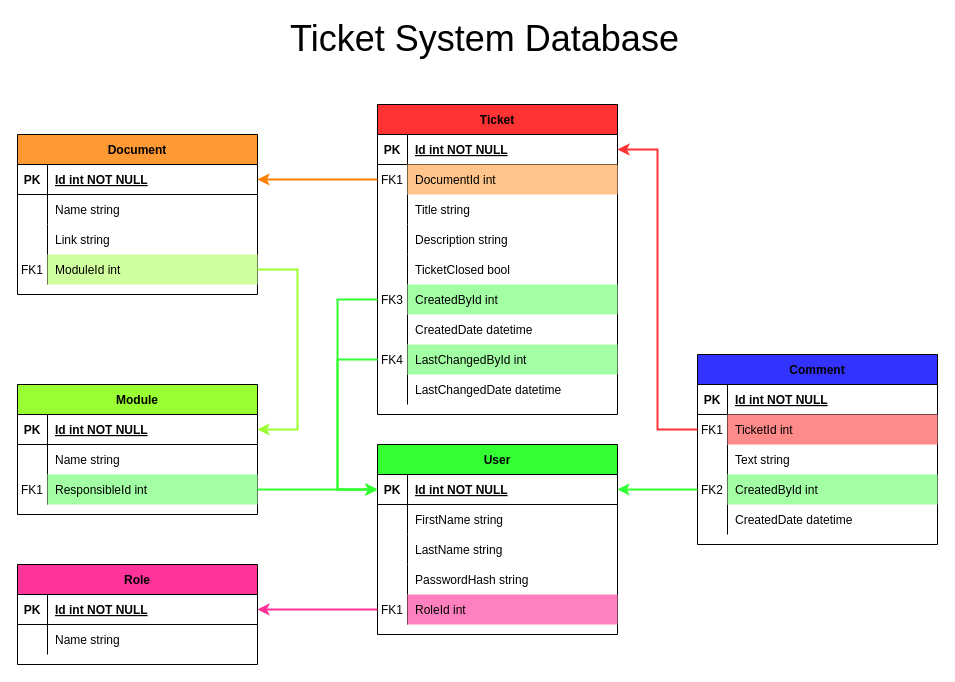
Above: Schema/TicketSystemDb.drawio in Black-Seraphim/ticketsystem_backend (draw.io), before the change. Source tidied: cells renumbered, new cells numbered last; positions are measured from the earlier drawing's top-left corner, leaving out a move shared by most shapes. Both pictures are drawn from the tidied source at 100%, with x=0, y=0 at pixel (17, 23).
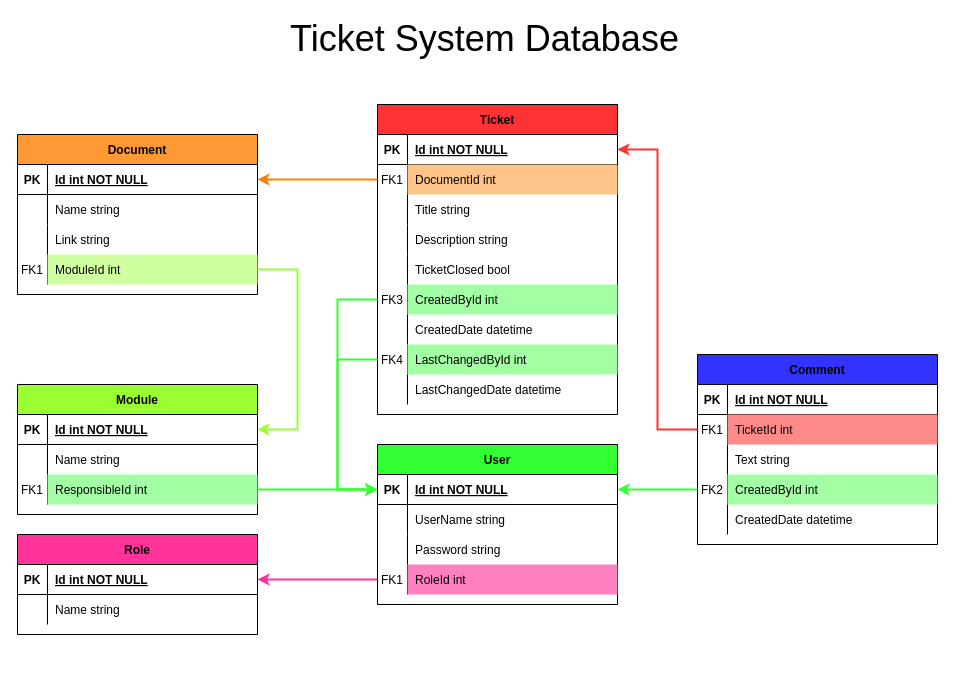
The same page after the edit.

Unchanged cells that the change refers to:
```xml
<mxCell id="51" style="shape=partialRectangle;fillColor=none;top=0;left=0;right=0;bottom=0;" parent="47" vertex="1">
  <mxGeometry y="60" width="240" height="30" as="geometry" />
</mxCell>
```

Change to the diagram source:
```diff
@@
     <mxCell id="40" value="Role" style="shape=table;startSize=30;childLayout=tableLayout;rowLines=0;fontStyle=1;align=center;fillColor=#FF3399;" parent="1" vertex="1">
-      <mxGeometry y="541" width="240" height="100" as="geometry" />
+      <mxGeometry y="511" width="240" height="100" as="geometry" />
     </mxCell>
@@
     <mxCell id="47" value="User" style="shape=table;startSize=30;childLayout=tableLayout;rowLines=0;fontStyle=1;align=center;fillColor=#33FF33;" parent="1" vertex="1">
-      <mxGeometry x="360" y="421" width="240" height="190" as="geometry" />
+      <mxGeometry x="360" y="421" width="240" height="160" as="geometry" />
     </mxCell>
@@
-    <mxCell id="53" value="FirstName string" style="shape=partialRectangle;overflow=hidden;fillColor=none;top=0;left=0;bottom=0;right=0;align=left;spacingLeft=6;" parent="51" vertex="1">
+    <mxCell id="53" value="UserName string" style="shape=partialRectangle;overflow=hidden;fillColor=none;top=0;left=0;bottom=0;right=0;align=left;spacingLeft=6;" parent="51" vertex="1">
       <mxGeometry x="30" width="210" height="30" as="geometry" />
     </mxCell>
-    <mxCell id="54" style="shape=partialRectangle;fillColor=none;top=0;left=0;right=0;bottom=0;" parent="47" vertex="1">
-      <mxGeometry y="90" width="240" height="30" as="geometry" />
-    </mxCell>
-    <mxCell id="55" style="shape=partialRectangle;overflow=hidden;fillColor=none;top=0;left=0;bottom=0;right=0;" parent="54" vertex="1">
-      <mxGeometry width="30" height="30" as="geometry" />
-    </mxCell>
-    <mxCell id="56" value="LastName string" style="shape=partialRectangle;overflow=hidden;fillColor=none;top=0;left=0;bottom=0;right=0;align=left;spacingLeft=6;" parent="54" vertex="1">
-      <mxGeometry x="30" width="210" height="30" as="geometry" />
-    </mxCell>
     <mxCell id="57" style="shape=partialRectangle;fillColor=none;top=0;left=0;right=0;bottom=0;" parent="47" vertex="1">
-      <mxGeometry y="120" width="240" height="30" as="geometry" />
+      <mxGeometry y="90" width="240" height="30" as="geometry" />
     </mxCell>
@@
-    <mxCell id="59" value="PasswordHash string" style="shape=partialRectangle;overflow=hidden;fillColor=none;top=0;left=0;bottom=0;right=0;align=left;spacingLeft=6;" parent="57" vertex="1">
+    <mxCell id="59" value="Password string" style="shape=partialRectangle;overflow=hidden;fillColor=none;top=0;left=0;bottom=0;right=0;align=left;spacingLeft=6;" parent="57" vertex="1">
       <mxGeometry x="30" width="210" height="30" as="geometry" />
     </mxCell>
     <mxCell id="60" style="shape=partialRectangle;fillColor=none;points=[[0,0.5],[1,0.5]];portConstraint=eastwest;top=0;left=0;right=0;bottom=0;" parent="47" vertex="1">
-      <mxGeometry y="150" width="240" height="30" as="geometry" />
+      <mxGeometry y="120" width="240" height="30" as="geometry" />
     </mxCell>
```
